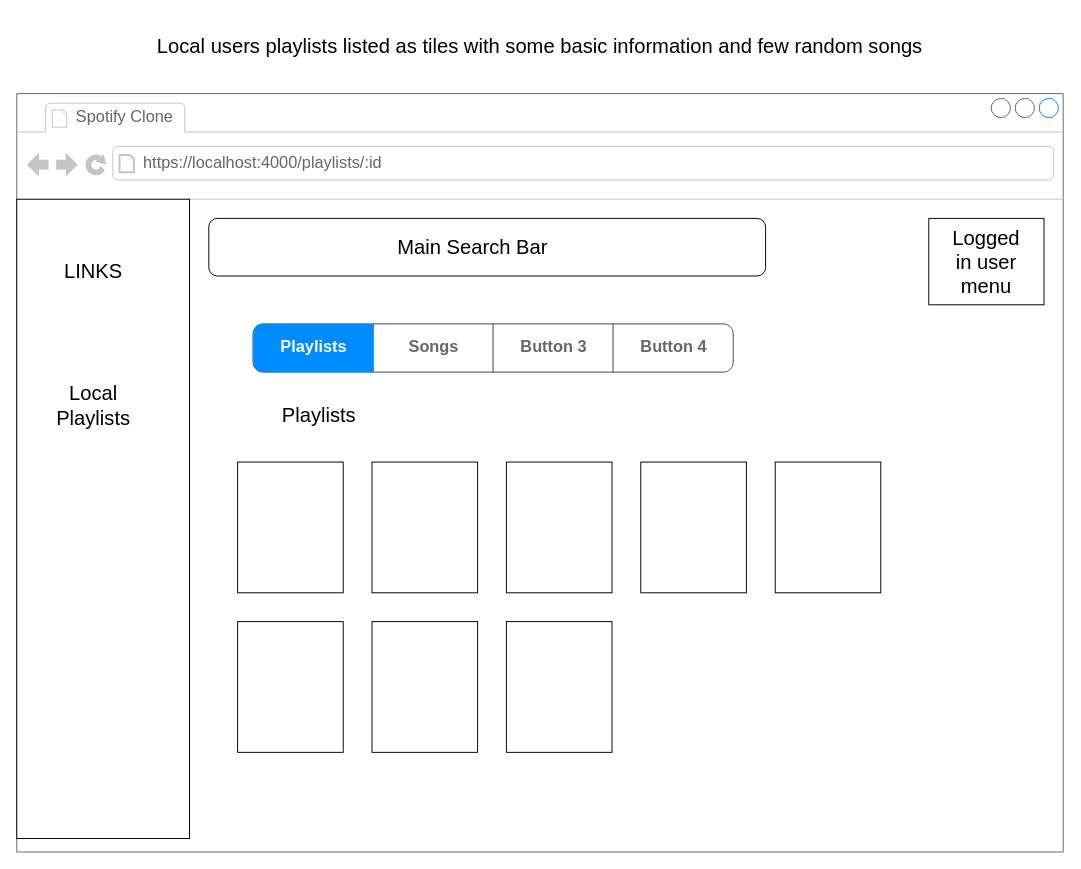
The draw.io diagram wire_frames/collection_page_wire_frame.drawio in Bambam320/Fakeify, before the edit. Source tidied: cells renumbered, new cells numbered last; positions are measured from the earlier drawing's top-left corner, leaving out a move shared by most shapes. Both pictures are drawn from the tidied source at 96%, with x=0, y=0 at pixel (-217, 16).
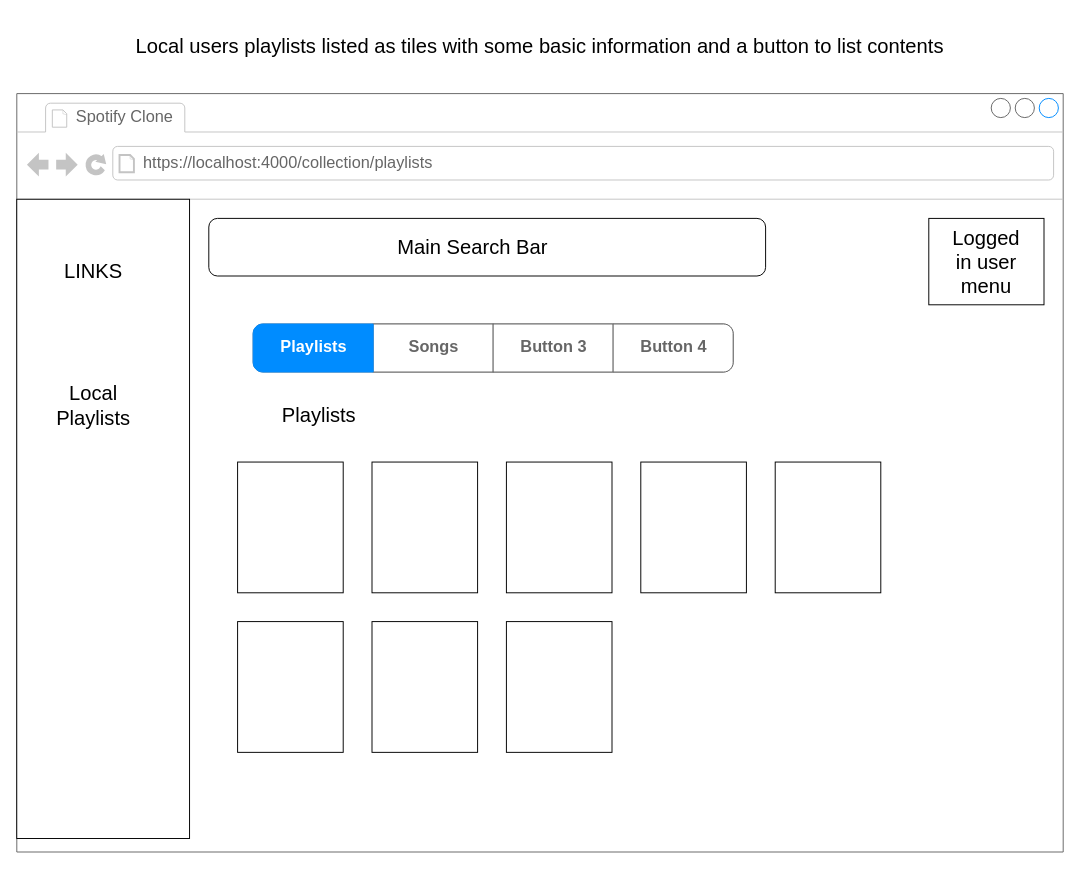
The same page after the edit.

Unchanged cells that the change refers to:
```xml
<mxCell id="2" value="rt" style="strokeWidth=1;shadow=0;dashed=0;align=center;html=1;shape=mxgraph.mockup.containers.browserWindow;rSize=0;strokeColor=#666666;strokeColor2=#008cff;strokeColor3=#c4c4c4;mainText=,;" parent="1" vertex="1">
  <mxGeometry x="243" y="80" width="1090" height="790" as="geometry" />
</mxCell>
```

Diff of the diagram source:
```diff
@@
-    <mxCell id="4" value="https://localhost:4000/playlists/:id" style="strokeWidth=1;shadow=0;dashed=0;align=center;html=1;shape=mxgraph.mockup.containers.anchor;rSize=0;fontSize=17;fontColor=#666666;align=left;" parent="2" vertex="1">
+    <mxCell id="4" value="https://localhost:4000/collection/playlists" style="strokeWidth=1;shadow=0;dashed=0;align=center;html=1;shape=mxgraph.mockup.containers.anchor;rSize=0;fontSize=17;fontColor=#666666;align=left;" parent="2" vertex="1">
       <mxGeometry x="130" y="60" width="250" height="26" as="geometry" />
     </mxCell>
@@
-    <mxCell id="26" value="&lt;font style=&quot;font-size: 21px;&quot;&gt;Local users playlists listed as tiles with some basic information and few random songs&lt;/font&gt;" style="text;html=1;strokeColor=none;fillColor=none;align=center;verticalAlign=middle;whiteSpace=wrap;rounded=0;" parent="1" vertex="1">
+    <mxCell id="26" value="&lt;font style=&quot;font-size: 21px;&quot;&gt;Local users playlists listed as tiles with some basic information and a button to list contents&lt;/font&gt;" style="text;html=1;strokeColor=none;fillColor=none;align=center;verticalAlign=middle;whiteSpace=wrap;rounded=0;" parent="1" vertex="1">
       <mxGeometry x="253" width="1070" height="60" as="geometry" />
     </mxCell>
```
